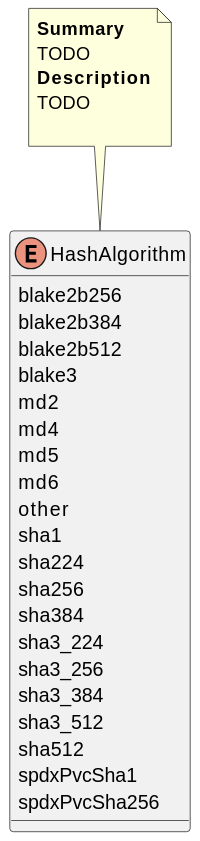
This is Vocabularies/HashAlgorithm.svg from maxhbr/spec-parser.hs, a PlantUML export, as it was before one commit.
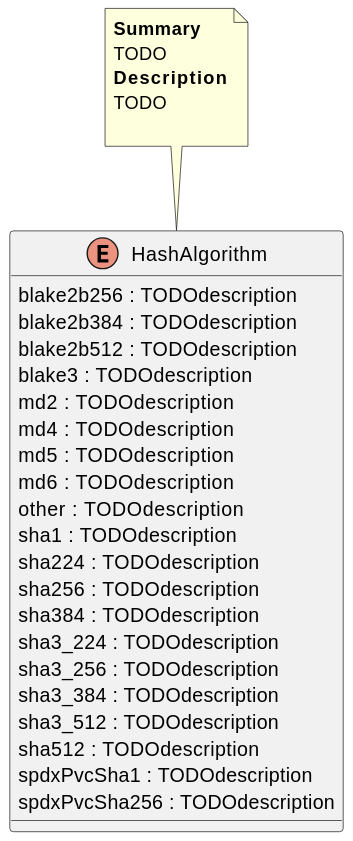
Above is the later version.

Change to the diagram source:
```diff
@@ -1,25 +1,25 @@
 @startuml
 enum HashAlgorithm {
-    blake2b256
-    blake2b384
-    blake2b512
-    blake3
-    md2
-    md4
-    md5
-    md6
-    other
-    sha1
-    sha224
-    sha256
-    sha384
-    sha3_224
-    sha3_256
-    sha3_384
-    sha3_512
-    sha512
-    spdxPvcSha1
-    spdxPvcSha256
+    blake2b256 : TODOdescription
+    blake2b384 : TODOdescription
+    blake2b512 : TODOdescription
+    blake3 : TODOdescription
+    md2 : TODOdescription
+    md4 : TODOdescription
+    md5 : TODOdescription
+    md6 : TODOdescription
+    other : TODOdescription
+    sha1 : TODOdescription
+    sha224 : TODOdescription
+    sha256 : TODOdescription
+    sha384 : TODOdescription
+    sha3_224 : TODOdescription
+    sha3_256 : TODOdescription
+    sha3_384 : TODOdescription
+    sha3_512 : TODOdescription
+    sha512 : TODOdescription
+    spdxPvcSha1 : TODOdescription
+    spdxPvcSha256 : TODOdescription
 }
 note top of HashAlgorithm
 <b>Summary</b>
```
